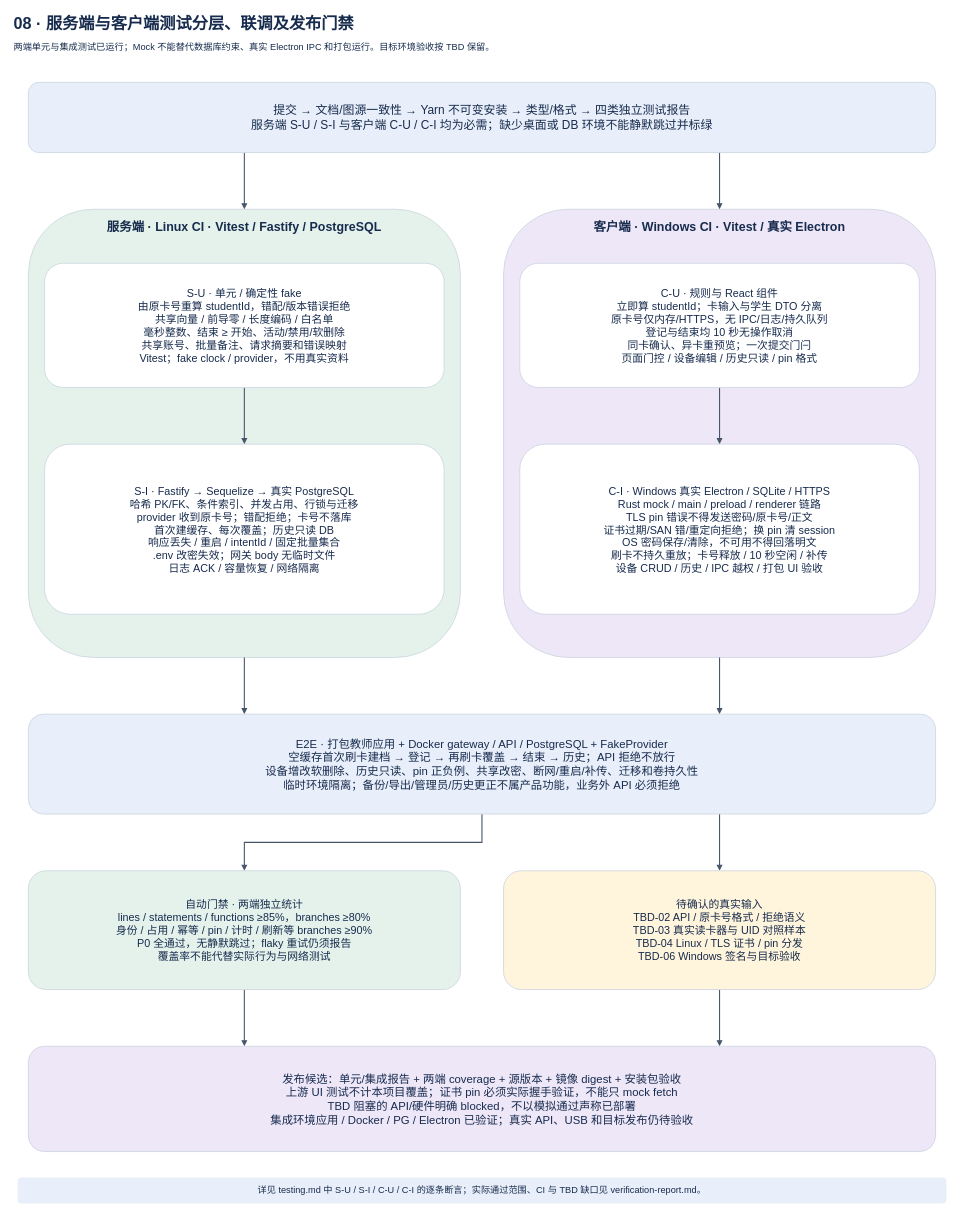
Earlier version of the draw.io diagram page "08 · 服务端与客户端测试分层、联调及发布门禁" (8 of 8) of record-only/docs/architecture.drawio (lmyzzzz/cyez-library-management). Source tidied: cells renumbered, new cells numbered last; positions are measured from the earlier drawing's top-left corner, leaving out a move shared by most shapes. Both pictures are drawn from the tidied source at 54%, with x=0, y=0 at pixel (9, 9).
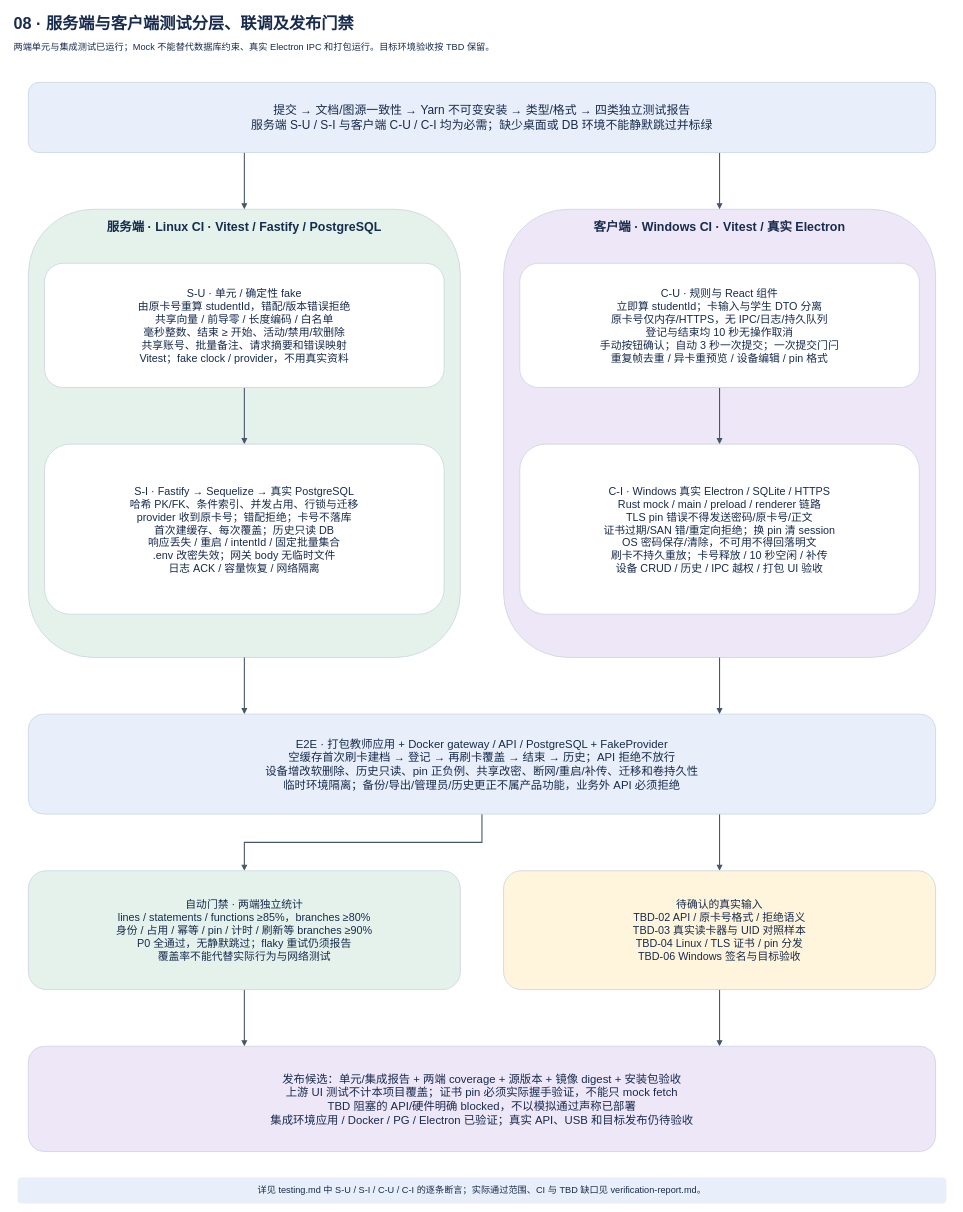
After the change.

What changed in the source:
```diff
@@
-    <mxCell id="20" value="C-U · 规则与 React 组件&#10;立即算 studentId；卡输入与学生 DTO 分离&#10;原卡号仅内存/HTTPS，无 IPC/日志/持久队列&#10;登记与结束均 10 秒无操作取消&#10;同卡确认、异卡重预览；一次提交门闩&#10;页面门控 / 设备编辑 / 历史只读 / pin 格式" style="rounded=1;whiteSpace=wrap;html=0;fillColor=#ffffff;strokeColor=#cbd5e1;strokeWidth=1.5;fontColor=#172b4d;fontFamily=Microsoft YaHei;fontSize=20;fontStyle=0;align=center;verticalAlign=middle;spacing=8;" parent="1" vertex="1">
+    <mxCell id="20" value="C-U · 规则与 React 组件&#10;立即算 studentId；卡输入与学生 DTO 分离&#10;原卡号仅内存/HTTPS，无 IPC/日志/持久队列&#10;登记与结束均 10 秒无操作取消&#10;手动按钮确认；自动 3 秒一次提交；一次提交门闩&#10;重复帧去重 / 异卡重预览 / 设备编辑 / pin 格式" style="rounded=1;whiteSpace=wrap;html=0;fillColor=#ffffff;strokeColor=#cbd5e1;strokeWidth=1.5;fontColor=#172b4d;fontFamily=Microsoft YaHei;fontSize=20;fontStyle=0;align=center;verticalAlign=middle;spacing=8;" parent="1" vertex="1">
       <mxGeometry x="945" y="470" width="740" height="230" as="geometry" />
     </mxCell>
```
